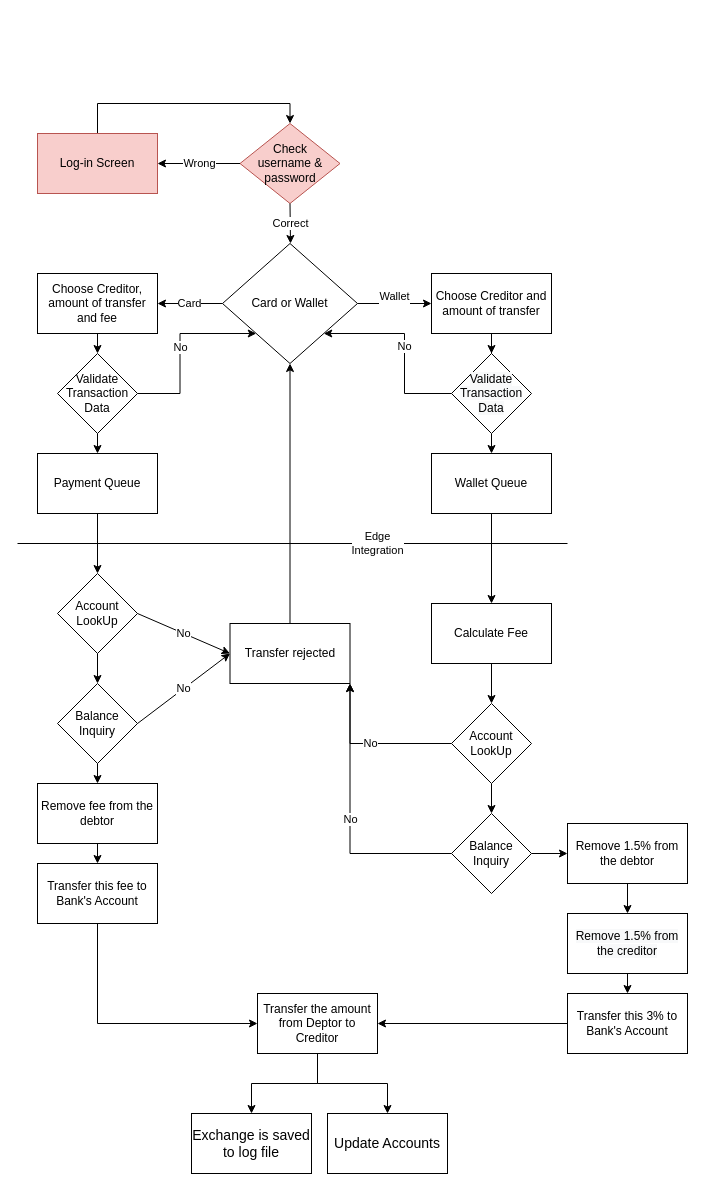
Earlier version of the draw.io diagram page "Payment & Wallet" (2 of 2) of Fintech-Java-Diagram.drawio (Alexander92j/Fintech-PF7-Team5). Source tidied: cells renumbered, new cells numbered last; positions are measured from the earlier drawing's top-left corner, leaving out a move shared by most shapes. Both pictures are drawn from the tidied source at 100%, with x=0, y=0 at pixel (17, 123).
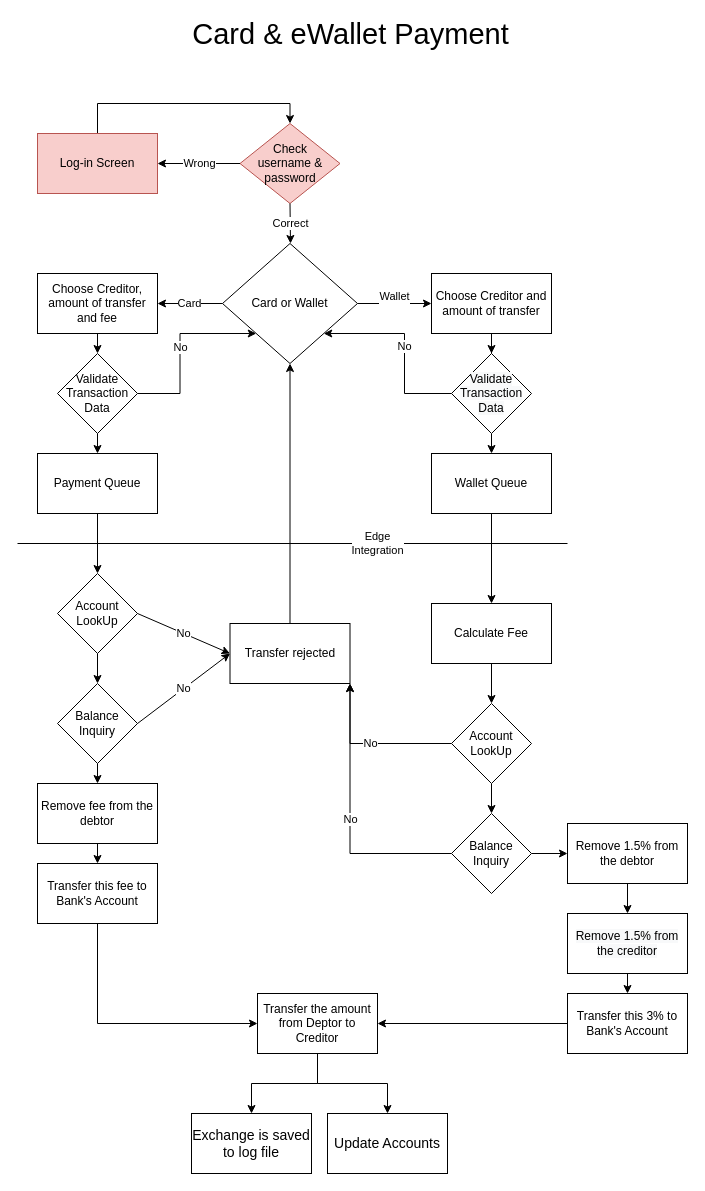
The same page after the edit.

What changed in the source:
```diff
@@
+    <mxCell id="56" value="&lt;font style=&quot;font-size: 29px&quot;&gt;Card &amp;amp; eWallet Payment&lt;br&gt;&lt;/font&gt;" style="text;html=1;strokeColor=none;fillColor=none;align=center;verticalAlign=middle;whiteSpace=wrap;rounded=0;" parent="1" vertex="1">
+      <mxGeometry x="148" y="-104" width="371" height="30" as="geometry" />
+    </mxCell>
```
